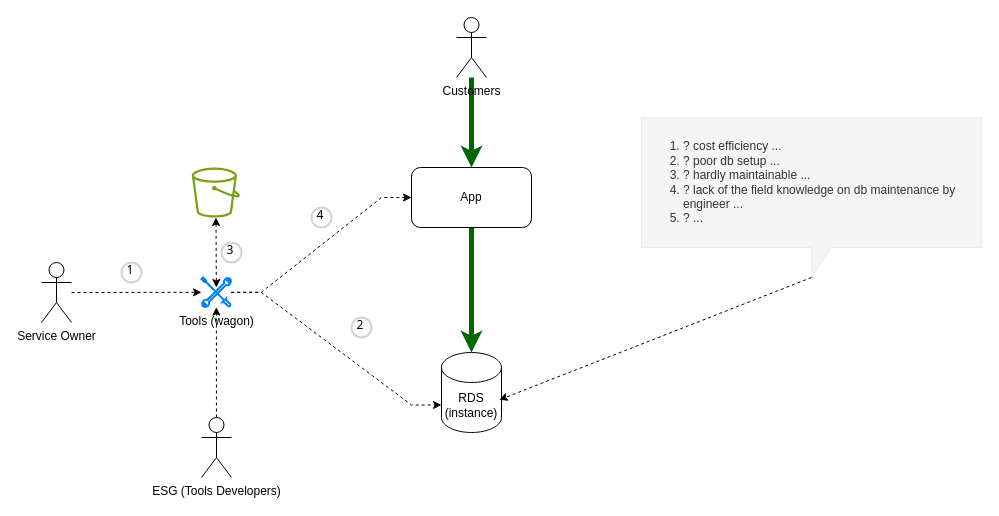
The draw.io diagram common db.drawio in jiangtao7/draw.io, before the edit. Source tidied: cells renumbered, new cells numbered last; positions are measured from the earlier drawing's top-left corner, leaving out a move shared by most shapes. Both pictures are drawn from the tidied source at 100%, with x=0, y=0 at pixel (41, 17).
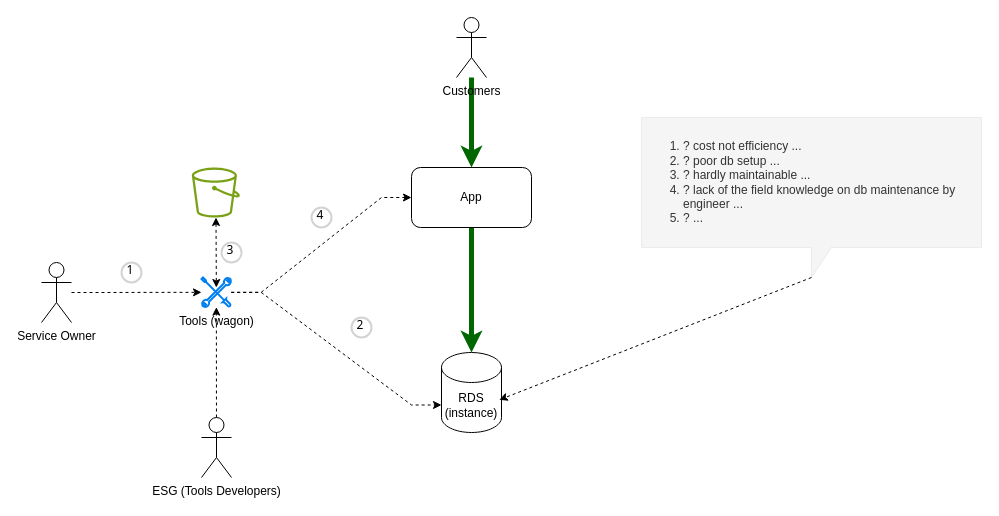
After the change.

Change to the diagram source:
```diff
@@
-    <mxCell id="20" value="&lt;ol&gt;&lt;li&gt;? cost efficiency ...&lt;/li&gt;&lt;li&gt;? poor db setup ...&amp;nbsp;&lt;/li&gt;&lt;li&gt;? hardly maintainable ...&lt;/li&gt;&lt;li&gt;? lack of the field knowledge on db maintenance by engineer ...&lt;/li&gt;&lt;li&gt;? ...&lt;/li&gt;&lt;/ol&gt;" style="shape=callout;whiteSpace=wrap;html=1;perimeter=calloutPerimeter;align=left;dashed=1;strokeWidth=0;fillColor=#f5f5f5;strokeColor=#666666;fontColor=#333333;" parent="1" vertex="1">
+    <mxCell id="20" value="&lt;ol&gt;&lt;li&gt;? cost not efficiency ...&lt;/li&gt;&lt;li&gt;? poor db setup ...&amp;nbsp;&lt;/li&gt;&lt;li&gt;? hardly maintainable ...&lt;/li&gt;&lt;li&gt;? lack of the field knowledge on db maintenance by engineer ...&lt;/li&gt;&lt;li&gt;? ...&lt;/li&gt;&lt;/ol&gt;" style="shape=callout;whiteSpace=wrap;html=1;perimeter=calloutPerimeter;align=left;dashed=1;strokeWidth=0;fillColor=#f5f5f5;strokeColor=#666666;fontColor=#333333;" parent="1" vertex="1">
       <mxGeometry x="600" y="100" width="340" height="160" as="geometry" />
     </mxCell>
```
